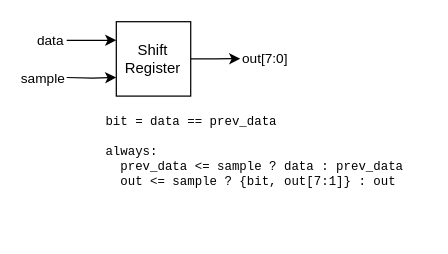
Earlier version of the draw.io diagram page "Shift Register" (5 of 6) of diagrams/usb-rx.drawio (bryceberger/337-project). Source tidied: cells renumbered, new cells numbered last; positions are measured from the earlier drawing's top-left corner, leaving out a move shared by most shapes. Both pictures are drawn from the tidied source at 124%, with x=0, y=0 at pixel (66, 21).
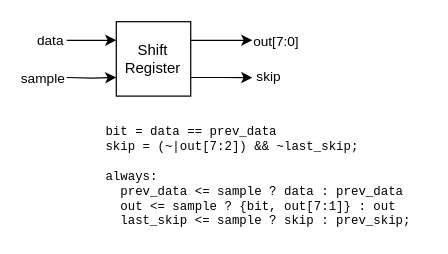
After the change.

The edit, as a diff of the source:
```diff
@@
 <mxGraphModel>
   <root>
     <mxCell id="0" />
     <mxCell id="1" parent="0" />
     <mxCell id="2" style="edgeStyle=orthogonalEdgeStyle;rounded=0;jettySize=auto;html=1;entryX=0;entryY=0.25;entryDx=0;entryDy=0;" parent="1" edge="1" target="8">
       <mxGeometry relative="1" as="geometry">
         <mxPoint x="0.3" y="15" as="sourcePoint" />
         <Array as="points">
           <mxPoint x="0.3" y="15" />
         </Array>
       </mxGeometry>
     </mxCell>
     <mxCell id="3" value="data" style="edgeLabel;html=1;align=center;verticalAlign=middle;" parent="2" vertex="1">
       <mxGeometry x="-0.9" y="-1" relative="1" as="geometry">
         <mxPoint x="-16" y="-2" as="offset" />
       </mxGeometry>
     </mxCell>
     <mxCell id="4" style="edgeStyle=orthogonalEdgeStyle;rounded=0;jettySize=auto;html=1;exitX=0;exitY=0.75;exitDx=0;exitDy=0;entryX=0;entryY=0.75;entryDx=0;entryDy=0;" parent="1" edge="1" target="8">
       <mxGeometry relative="1" as="geometry">
         <mxPoint x="0.3" y="45" as="sourcePoint" />
       </mxGeometry>
     </mxCell>
     <mxCell id="5" value="sample" style="edgeLabel;html=1;align=center;verticalAlign=middle;" parent="4" vertex="1">
       <mxGeometry x="-0.92" relative="1" as="geometry">
         <mxPoint x="-22" as="offset" />
       </mxGeometry>
     </mxCell>
-    <mxCell id="6" style="edgeStyle=orthogonalEdgeStyle;rounded=0;jettySize=auto;html=1;exitX=1;exitY=0.5;exitDx=0;exitDy=0;" parent="1" edge="1" source="8">
+    <mxCell id="6" style="edgeStyle=orthogonalEdgeStyle;rounded=0;jettySize=auto;html=1;exitX=1;exitY=0.25;exitDx=0;exitDy=0;" parent="1" edge="1" source="8">
       <mxGeometry relative="1" as="geometry">
-        <mxPoint x="140.3" y="29.8" as="targetPoint" />
+        <mxPoint x="150" y="15" as="targetPoint" />
+        <Array as="points">
+          <mxPoint x="130" y="15" />
+          <mxPoint x="130" y="15" />
+        </Array>
       </mxGeometry>
     </mxCell>
     <mxCell id="7" value="out[7:0]" style="edgeLabel;html=1;align=center;verticalAlign=middle;" parent="6" vertex="1">
       <mxGeometry x="0.72" y="1" relative="1" as="geometry">
         <mxPoint x="25" y="1" as="offset" />
       </mxGeometry>
     </mxCell>
+    <mxCell id="10" value="skip" style="edgeStyle=orthogonalEdgeStyle;rounded=0;jettySize=auto;html=1;exitX=1;exitY=0.75;exitDx=0;exitDy=0;" parent="1" edge="1" source="8">
+      <mxGeometry x="1" y="14" relative="1" as="geometry">
+        <mxPoint x="150" y="45.1" as="targetPoint" />
+        <mxPoint x="14" y="13" as="offset" />
+      </mxGeometry>
+    </mxCell>
     <mxCell id="8" value="Shift&lt;br&gt;Register" style="whiteSpace=wrap;html=1;" parent="1" vertex="1">
       <mxGeometry x="40.3" width="60" height="60" as="geometry" />
     </mxCell>
-    <mxCell id="9" value="bit = data == prev_data&lt;br&gt;&lt;br&gt;always:&lt;br&gt;&amp;nbsp; prev_data &amp;lt;= sample ? data : prev_data&lt;br&gt;&amp;nbsp; out &amp;lt;= sample ? {bit, out[7:1]} : out" style="text;html=1;strokeColor=none;fillColor=none;align=left;verticalAlign=middle;whiteSpace=wrap;rounded=0;labelBackgroundColor=none;fontFamily=Courier New;fontSize=10;" parent="1" vertex="1">
-      <mxGeometry x="30" y="70" width="260" height="70" as="geometry" />
+    <mxCell id="9" value="bit = data == prev_data&lt;br&gt;skip = (~|out[7:2]) &amp;amp;&amp;amp; ~last_skip;&lt;br&gt;&lt;br&gt;always:&lt;br&gt;&amp;nbsp; prev_data &amp;lt;= sample ? data : prev_data&lt;br&gt;&amp;nbsp; out &amp;lt;= sample ? {bit, out[7:1]} : out&lt;br&gt;&amp;nbsp; last_skip &amp;lt;= sample ? skip : prev_skip;" style="text;html=1;strokeColor=none;fillColor=none;align=left;verticalAlign=middle;whiteSpace=wrap;rounded=0;labelBackgroundColor=none;fontFamily=Courier New;fontSize=10;" parent="1" vertex="1">
+      <mxGeometry x="30" y="80" width="260" height="90" as="geometry" />
     </mxCell>
   </root>
 </mxGraphModel>
```
